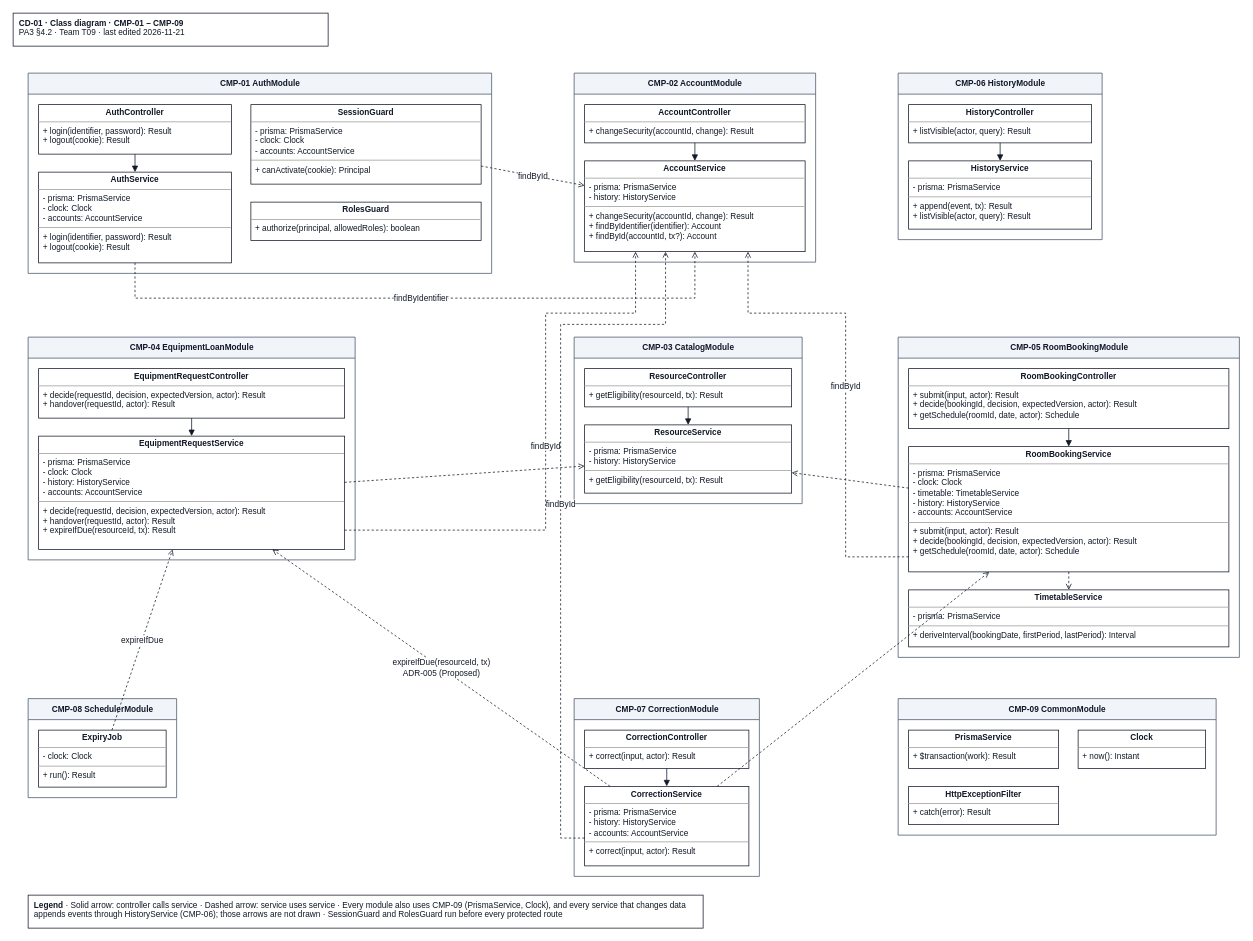
The draw.io diagram docs/design/diagrams/CD-01_component-classes.drawio in JuliaTrang/T09-CampusBorrow, before the edit. Source tidied: cells renumbered, new cells numbered last; positions are measured from the earlier drawing's top-left corner, leaving out a move shared by most shapes. Both pictures are drawn from the tidied source at 75%, with x=0, y=0 at pixel (13, 13).
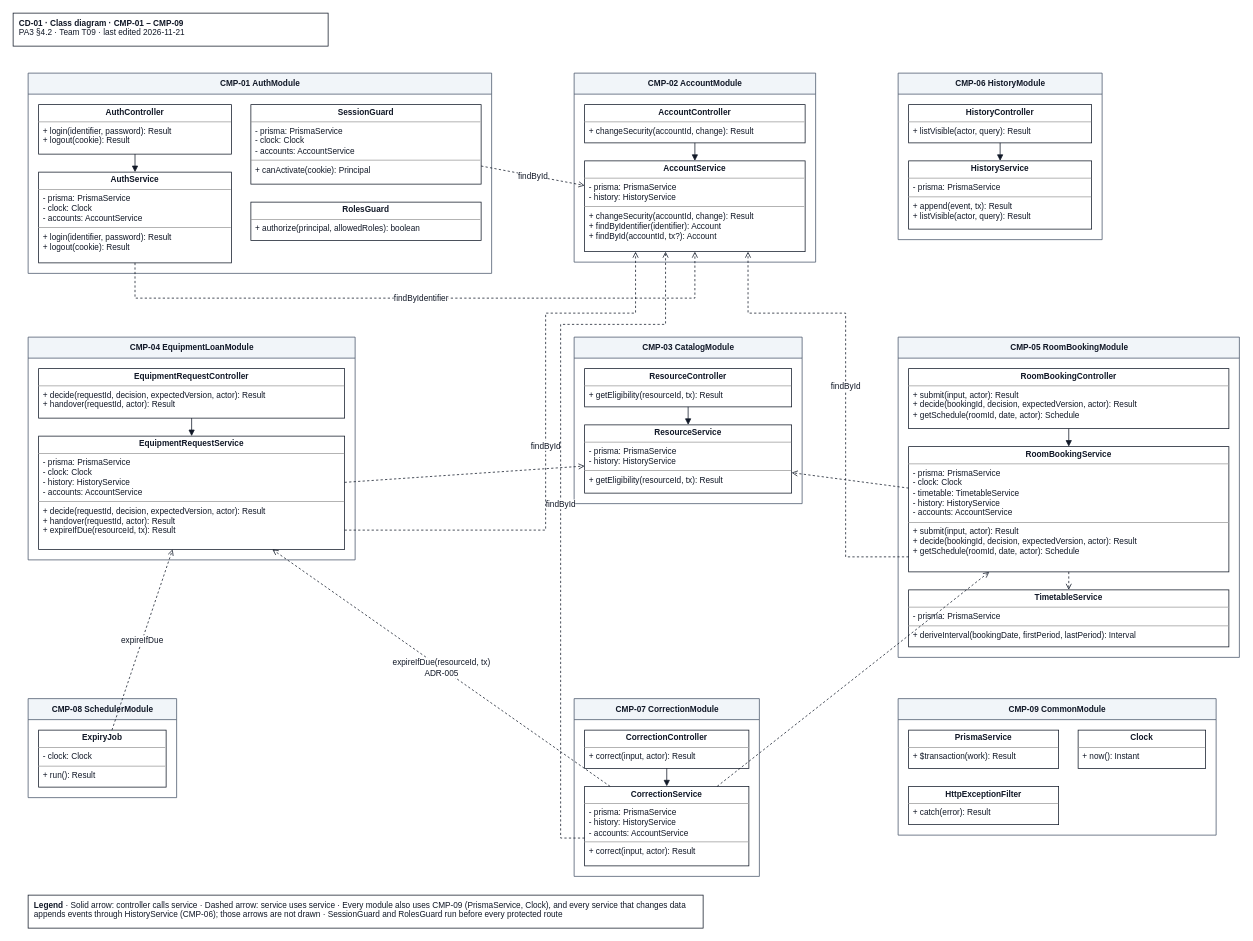
Above is the later version.

Unchanged cells that the change refers to:
```xml
<mxCell id="16" value="&lt;p style=&quot;margin:0px;margin-top:4px;text-align:center;&quot;&gt;&lt;b&gt;EquipmentRequestService&lt;/b&gt;&lt;/p&gt;&lt;hr size=&quot;1&quot;/&gt;&lt;p style=&quot;margin:0px;margin-left:6px;&quot;&gt;- prisma: PrismaService&lt;br&gt;- clock: Clock&lt;br&gt;- history: HistoryService&lt;br&gt;- accounts: AccountService&lt;/p&gt;&lt;hr size=&quot;1&quot;/&gt;&lt;p style=&quot;margin:0px;margin-left:6px;&quot;&gt;+ decide(requestId, decision, expectedVersion, actor): Result&lt;br&gt;+ handover(requestId, actor): Result&lt;br&gt;+ expireIfDue(resourceId, tx): Result&lt;/p&gt;" style="verticalAlign=top;align=left;overflow=fill;html=1;whiteSpace=wrap;rounded=0;strokeColor=#111827;fillColor=#ffffff;fontFamily=Arial;fontSize=11;fontColor=#111827;" parent="14" vertex="1">
  <mxGeometry x="14" y="132" width="408" height="151" as="geometry" />
</mxCell>
<mxCell id="28" value="&lt;p style=&quot;margin:0px;margin-top:4px;text-align:center;&quot;&gt;&lt;b&gt;CorrectionService&lt;/b&gt;&lt;/p&gt;&lt;hr size=&quot;1&quot;/&gt;&lt;p style=&quot;margin:0px;margin-left:6px;&quot;&gt;- prisma: PrismaService&lt;br&gt;- history: HistoryService&lt;br&gt;- accounts: AccountService&lt;/p&gt;&lt;hr size=&quot;1&quot;/&gt;&lt;p style=&quot;margin:0px;margin-left:6px;&quot;&gt;+ correct(input, actor): Result&lt;/p&gt;" style="verticalAlign=top;align=left;overflow=fill;html=1;whiteSpace=wrap;rounded=0;strokeColor=#111827;fillColor=#ffffff;fontFamily=Arial;fontSize=11;fontColor=#111827;" parent="26" vertex="1">
  <mxGeometry x="14" y="117" width="219" height="106" as="geometry" />
</mxCell>
```

The edit, as a diff of the source:
```diff
@@
-    <mxCell id="45" value="expireIfDue(resourceId, tx)&lt;br&gt;ADR-005 (Proposed)" style="rounded=0;html=1;endArrow=open;endFill=0;dashed=1;strokeColor=#111827;fontFamily=Arial;fontSize=11;fontColor=#111827;" parent="1" edge="1" source="28" target="16">
+    <mxCell id="45" value="expireIfDue(resourceId, tx)&lt;br&gt;ADR-005" style="rounded=0;html=1;endArrow=open;endFill=0;dashed=1;strokeColor=#111827;fontFamily=Arial;fontSize=11;fontColor=#111827;" parent="1" edge="1" source="28" target="16">
       <mxGeometry relative="1" as="geometry" />
     </mxCell>
```
